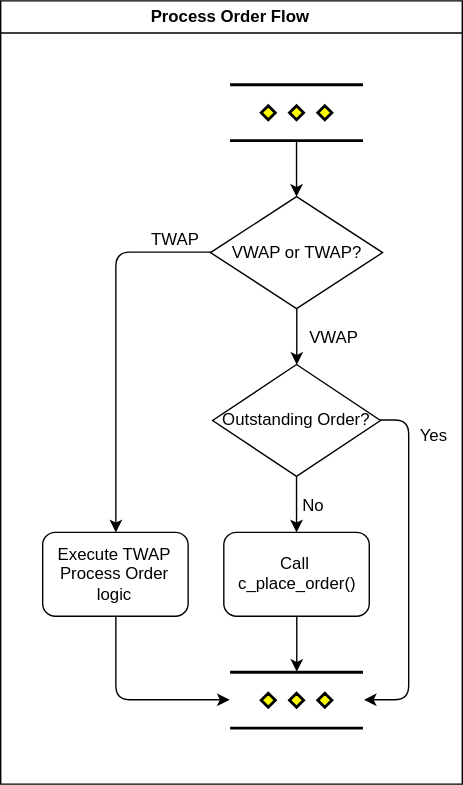
This is documentation/docs/assets/img/VWAP2.svg from hummingbot/hummingbot, a draw.io export, as it was before one commit. Source tidied: cells renumbered, new cells last; positions are measured from the earlier drawing's top-left corner, leaving out a move shared by most shapes. The source it was exported from:
```xml
<mxGraphModel>
  <root>
    <mxCell id="0" />
    <mxCell id="1" parent="0" />
    <mxCell id="2" value="Process Order Flow" style="swimlane;" parent="1" vertex="1">
      <mxGeometry width="330" height="560" as="geometry" />
    </mxCell>
    <mxCell id="3" style="edgeStyle=orthogonalEdgeStyle;rounded=1;jettySize=auto;html=1;" parent="2" edge="1" source="4" target="7">
      <mxGeometry relative="1" as="geometry" />
    </mxCell>
    <mxCell id="4" style="verticalLabelPosition=bottom;verticalAlign=top;html=1;strokeWidth=2;shape=mxgraph.flowchart.parallel_mode;" parent="2" vertex="1">
      <mxGeometry x="164" y="60" width="95" height="40" as="geometry" />
    </mxCell>
    <mxCell id="5" style="edgeStyle=orthogonalEdgeStyle;rounded=1;jettySize=auto;html=1;" parent="2" edge="1" source="7" target="10">
      <mxGeometry relative="1" as="geometry" />
    </mxCell>
    <mxCell id="6" style="edgeStyle=orthogonalEdgeStyle;rounded=1;jettySize=auto;html=1;exitX=0;exitY=0.5;exitDx=0;exitDy=0;" parent="2" edge="1" source="7" target="15">
      <mxGeometry relative="1" as="geometry" />
    </mxCell>
    <mxCell id="7" value="VWAP or TWAP?" style="rhombus;whiteSpace=wrap;html=1;fontFamily=Helvetica;" parent="2" vertex="1">
      <mxGeometry x="150" y="140" width="123" height="80" as="geometry" />
    </mxCell>
    <mxCell id="8" style="edgeStyle=orthogonalEdgeStyle;rounded=1;jettySize=auto;html=1;" parent="2" edge="1" source="10" target="12">
      <mxGeometry relative="1" as="geometry" />
    </mxCell>
    <mxCell id="9" style="edgeStyle=orthogonalEdgeStyle;rounded=1;jettySize=auto;html=1;entryX=1;entryY=0.5;entryDx=0;entryDy=0;entryPerimeter=0;" parent="2" edge="1" source="10" target="18">
      <mxGeometry relative="1" as="geometry">
        <Array as="points">
          <mxPoint x="292" y="300" />
          <mxPoint x="292" y="500" />
        </Array>
      </mxGeometry>
    </mxCell>
    <mxCell id="10" value="Outstanding Order?" style="rhombus;whiteSpace=wrap;html=1;fontFamily=Helvetica;" parent="2" vertex="1">
      <mxGeometry x="151.5" y="260" width="120" height="80" as="geometry" />
    </mxCell>
    <mxCell id="11" style="edgeStyle=orthogonalEdgeStyle;rounded=1;jettySize=auto;html=1;exitX=0.5;exitY=1;exitDx=0;exitDy=0;entryX=0.5;entryY=0;entryDx=0;entryDy=0;entryPerimeter=0;" parent="2" edge="1" source="12" target="18">
      <mxGeometry relative="1" as="geometry" />
    </mxCell>
    <mxCell id="12" value="Call &amp;nbsp;c_place_order()" style="rounded=1;whiteSpace=wrap;html=1;fontFamily=Helvetica;" parent="2" vertex="1">
      <mxGeometry x="159.5" y="380" width="104" height="60" as="geometry" />
    </mxCell>
    <mxCell id="13" value="VWAP" style="text;html=1;align=center;verticalAlign=middle;" parent="2" vertex="1">
      <mxGeometry x="213.5" y="230" width="50" height="20" as="geometry" />
    </mxCell>
    <mxCell id="14" style="edgeStyle=orthogonalEdgeStyle;rounded=1;jettySize=auto;html=1;entryX=0;entryY=0.5;entryDx=0;entryDy=0;entryPerimeter=0;" parent="2" edge="1" source="15" target="18">
      <mxGeometry relative="1" as="geometry">
        <Array as="points">
          <mxPoint x="82" y="500" />
        </Array>
      </mxGeometry>
    </mxCell>
    <mxCell id="15" value="Execute TWAP Process Order logic" style="rounded=1;whiteSpace=wrap;html=1;fontFamily=Helvetica;" parent="2" vertex="1">
      <mxGeometry x="30" y="380" width="104" height="60" as="geometry" />
    </mxCell>
    <mxCell id="16" value="No" style="text;html=1;align=center;verticalAlign=middle;" parent="2" vertex="1">
      <mxGeometry x="208.5" y="350" width="30" height="20" as="geometry" />
    </mxCell>
    <mxCell id="17" value="TWAP" style="text;html=1;align=center;verticalAlign=middle;" parent="2" vertex="1">
      <mxGeometry x="100" y="160" width="50" height="20" as="geometry" />
    </mxCell>
    <mxCell id="18" style="verticalLabelPosition=bottom;verticalAlign=top;html=1;strokeWidth=2;shape=mxgraph.flowchart.parallel_mode;" parent="2" vertex="1">
      <mxGeometry x="164" y="480" width="95" height="40" as="geometry" />
    </mxCell>
    <mxCell id="19" value="Yes" style="text;html=1;align=center;verticalAlign=middle;" parent="2" vertex="1">
      <mxGeometry x="290" y="300" width="40" height="20" as="geometry" />
    </mxCell>
    <mxCell id="20" value="&lt;span style=&quot;color: rgba(0 , 0 , 0 , 0) ; font-family: monospace ; font-size: 0px&quot;&gt;%3CmxGraphModel%3E%3Croot%3E%3CmxCell%20id%3D%220%22%2F%3E%3CmxCell%20id%3D%221%22%20parent%3D%220%22%2F%3E%3CmxCell%20id%3D%222%22%20value%3D%22VWAP%20or%20TWAP%3F%22%20style%3D%22rhombus%3BwhiteSpace%3Dwrap%3Bhtml%3D1%3BfontFamily%3DHelvetica%3B%22%20vertex%3D%221%22%20parent%3D%221%22%3E%3CmxGeometry%20x%3D%2227%22%20y%3D%22130%22%20width%3D%22123%22%20height%3D%2280%22%20as%3D%22geometry%22%2F%3E%3C%2FmxCell%3E%3C%2Froot%3E%3C%2FmxGraphModel%3E&lt;/span&gt;" style="text;html=1;align=center;verticalAlign=middle;" parent="1" vertex="1">
      <mxGeometry x="163.5" y="163" width="20" height="20" as="geometry" />
    </mxCell>
  </root>
</mxGraphModel>
```
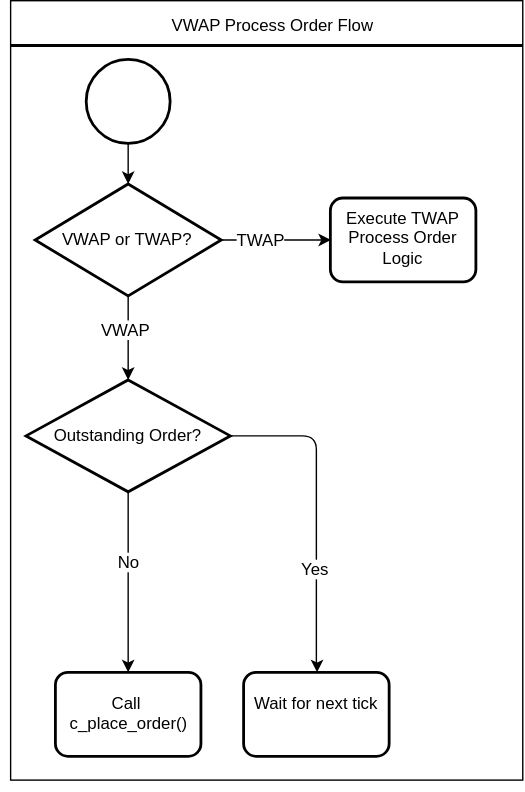
The same diagram one commit later.

Commit message:
format and diagram changes

The edit, as a diff of the source:
```diff
@@ -2,71 +2,77 @@
   <root>
     <mxCell id="0" />
     <mxCell id="1" parent="0" />
-    <mxCell id="2" value="Process Order Flow" style="swimlane;" parent="1" vertex="1">
-      <mxGeometry width="330" height="560" as="geometry" />
-    </mxCell>
-    <mxCell id="3" style="edgeStyle=orthogonalEdgeStyle;rounded=1;jettySize=auto;html=1;" parent="2" edge="1" source="4" target="7">
-      <mxGeometry relative="1" as="geometry" />
-    </mxCell>
-    <mxCell id="4" style="verticalLabelPosition=bottom;verticalAlign=top;html=1;strokeWidth=2;shape=mxgraph.flowchart.parallel_mode;" parent="2" vertex="1">
-      <mxGeometry x="164" y="60" width="95" height="40" as="geometry" />
-    </mxCell>
+    <mxCell id="21" style="edgeStyle=elbowEdgeStyle;rounded=0;jettySize=auto;html=1;exitX=0;exitY=0.5;exitDx=0;exitDy=0;" parent="1" edge="1" source="22">
+      <mxGeometry relative="1" as="geometry">
+        <mxPoint x="-210" y="229" as="targetPoint" />
+      </mxGeometry>
+    </mxCell>
+    <mxCell id="22" style="rounded=0;whiteSpace=wrap;html=1;fontFamily=Helvetica;fontStyle=0;" parent="1" vertex="1">
+      <mxGeometry x="-224" y="-50" width="366" height="557" as="geometry" />
+    </mxCell>
+    <mxCell id="23" style="line;strokeWidth=2;html=1;fontFamily=Helvetica;" parent="1" vertex="1">
+      <mxGeometry x="-224" y="-23" width="366" height="10" as="geometry" />
+    </mxCell>
+    <mxCell id="24" value="VWAP Process Order Flow" style="text;html=1;strokeColor=none;fillColor=none;align=center;verticalAlign=middle;whiteSpace=wrap;rounded=0;fontFamily=Helvetica;" parent="1" vertex="1">
+      <mxGeometry x="-120.5" y="-43" width="167" height="20" as="geometry" />
+    </mxCell>
+    <mxCell id="25" style="edgeStyle=elbowEdgeStyle;rounded=0;jettySize=auto;html=1;exitX=1;exitY=0.5;exitDx=0;exitDy=0;entryX=0;entryY=0.5;entryDx=0;entryDy=0;elbow=vertical;" parent="1" edge="1" source="7" target="28">
+      <mxGeometry relative="1" as="geometry" />
+    </mxCell>
+    <mxCell id="17" value="TWAP" style="text;html=1;align=center;verticalAlign=middle;labelBackgroundColor=#ffffff;" parent="25" vertex="1">
+      <mxGeometry x="0.3" y="1" relative="1" as="geometry">
+        <mxPoint x="-21" y="1" as="offset" />
+      </mxGeometry>
+    </mxCell>
+    <mxCell id="7" value="VWAP or TWAP?" style="rhombus;whiteSpace=wrap;html=1;fontFamily=Helvetica;strokeWidth=2;" parent="1" vertex="1">
+      <mxGeometry x="-206.5" y="81" width="133" height="80" as="geometry" />
+    </mxCell>
+    <mxCell id="26" style="endArrow=classic;html=1;fontFamily=Helvetica;entryX=0.5;entryY=0;entryDx=0;entryDy=0;exitX=0.5;exitY=1;exitDx=0;exitDy=0;" parent="1" edge="1" source="27" target="7">
+      <mxGeometry relative="1" as="geometry" />
+    </mxCell>
+    <mxCell id="10" value="Outstanding Order?" style="rhombus;whiteSpace=wrap;html=1;fontFamily=Helvetica;strokeWidth=2;" parent="1" vertex="1">
+      <mxGeometry x="-213" y="221" width="146" height="80" as="geometry" />
+    </mxCell>
-    <mxCell id="5" style="edgeStyle=orthogonalEdgeStyle;rounded=1;jettySize=auto;html=1;" parent="2" edge="1" source="7" target="10">
+    <mxCell id="5" style="edgeStyle=segmentEdgeStyle;endArrow=classic;html=1;fontFamily=Helvetica;exitX=0.5;exitY=1;exitDx=0;exitDy=0;entryX=0.5;entryY=0;entryDx=0;entryDy=0;" parent="1" edge="1" source="7" target="10">
       <mxGeometry relative="1" as="geometry" />
     </mxCell>
-    <mxCell id="6" style="edgeStyle=orthogonalEdgeStyle;rounded=1;jettySize=auto;html=1;exitX=0;exitY=0.5;exitDx=0;exitDy=0;" parent="2" edge="1" source="7" target="15">
-      <mxGeometry relative="1" as="geometry" />
-    </mxCell>
-    <mxCell id="7" value="VWAP or TWAP?" style="rhombus;whiteSpace=wrap;html=1;fontFamily=Helvetica;" parent="2" vertex="1">
-      <mxGeometry x="150" y="140" width="123" height="80" as="geometry" />
-    </mxCell>
+    <mxCell id="13" value="VWAP" style="text;html=1;align=center;verticalAlign=middle;labelBackgroundColor=#ffffff;fontFamily=Helvetica;" parent="5" vertex="1">
+      <mxGeometry x="-0.21" relative="1" as="geometry" />
+    </mxCell>
-    <mxCell id="8" style="edgeStyle=orthogonalEdgeStyle;rounded=1;jettySize=auto;html=1;" parent="2" edge="1" source="10" target="12">
+    <mxCell id="8" style="endArrow=classic;html=1;fontFamily=Helvetica;exitX=0.5;exitY=1;exitDx=0;exitDy=0;entryX=0.5;entryY=0;entryDx=0;entryDy=0;" parent="1" edge="1" source="10" target="12">
       <mxGeometry relative="1" as="geometry" />
     </mxCell>
-    <mxCell id="9" style="edgeStyle=orthogonalEdgeStyle;rounded=1;jettySize=auto;html=1;entryX=1;entryY=0.5;entryDx=0;entryDy=0;entryPerimeter=0;" parent="2" edge="1" source="10" target="18">
-      <mxGeometry relative="1" as="geometry">
-        <Array as="points">
-          <mxPoint x="292" y="300" />
-          <mxPoint x="292" y="500" />
-        </Array>
-      </mxGeometry>
-    </mxCell>
-    <mxCell id="10" value="Outstanding Order?" style="rhombus;whiteSpace=wrap;html=1;fontFamily=Helvetica;" parent="2" vertex="1">
-      <mxGeometry x="151.5" y="260" width="120" height="80" as="geometry" />
-    </mxCell>
-    <mxCell id="11" style="edgeStyle=orthogonalEdgeStyle;rounded=1;jettySize=auto;html=1;exitX=0.5;exitY=1;exitDx=0;exitDy=0;entryX=0.5;entryY=0;entryDx=0;entryDy=0;entryPerimeter=0;" parent="2" edge="1" source="12" target="18">
-      <mxGeometry relative="1" as="geometry" />
-    </mxCell>
+    <mxCell id="16" value="No" style="text;html=1;align=center;verticalAlign=middle;labelBackgroundColor=#ffffff;fontFamily=Helvetica;" parent="8" vertex="1">
+      <mxGeometry x="-0.23" y="1" relative="1" as="geometry" />
+    </mxCell>
-    <mxCell id="12" value="Call &amp;nbsp;c_place_order()" style="rounded=1;whiteSpace=wrap;html=1;fontFamily=Helvetica;" parent="2" vertex="1">
-      <mxGeometry x="159.5" y="380" width="104" height="60" as="geometry" />
+    <mxCell id="12" value="Call &amp;nbsp;c_place_order()" style="rounded=1;whiteSpace=wrap;html=1;fontFamily=Helvetica;strokeWidth=2;" parent="1" vertex="1">
+      <mxGeometry x="-192" y="430" width="104" height="60" as="geometry" />
     </mxCell>
-    <mxCell id="13" value="VWAP" style="text;html=1;align=center;verticalAlign=middle;" parent="2" vertex="1">
-      <mxGeometry x="213.5" y="230" width="50" height="20" as="geometry" />
-    </mxCell>
-    <mxCell id="14" style="edgeStyle=orthogonalEdgeStyle;rounded=1;jettySize=auto;html=1;entryX=0;entryY=0.5;entryDx=0;entryDy=0;entryPerimeter=0;" parent="2" edge="1" source="15" target="18">
-      <mxGeometry relative="1" as="geometry">
-        <Array as="points">
-          <mxPoint x="82" y="500" />
-        </Array>
-      </mxGeometry>
-    </mxCell>
-    <mxCell id="15" value="Execute TWAP Process Order logic" style="rounded=1;whiteSpace=wrap;html=1;fontFamily=Helvetica;" parent="2" vertex="1">
-      <mxGeometry x="30" y="380" width="104" height="60" as="geometry" />
-    </mxCell>
-    <mxCell id="16" value="No" style="text;html=1;align=center;verticalAlign=middle;" parent="2" vertex="1">
-      <mxGeometry x="208.5" y="350" width="30" height="20" as="geometry" />
-    </mxCell>
-    <mxCell id="17" value="TWAP" style="text;html=1;align=center;verticalAlign=middle;" parent="2" vertex="1">
-      <mxGeometry x="100" y="160" width="50" height="20" as="geometry" />
-    </mxCell>
-    <mxCell id="18" style="verticalLabelPosition=bottom;verticalAlign=top;html=1;strokeWidth=2;shape=mxgraph.flowchart.parallel_mode;" parent="2" vertex="1">
-      <mxGeometry x="164" y="480" width="95" height="40" as="geometry" />
-    </mxCell>
+    <mxCell id="27" style="ellipse;whiteSpace=wrap;html=1;strokeWidth=2;rotation=0;" parent="1" vertex="1">
+      <mxGeometry x="-170" y="-8" width="60" height="60" as="geometry" />
+    </mxCell>
+    <mxCell id="28" value="Execute TWAP Process Order Logic" style="rounded=1;whiteSpace=wrap;html=1;fontFamily=Helvetica;strokeWidth=2;" parent="1" vertex="1">
+      <mxGeometry x="4.5" y="91" width="104" height="60" as="geometry" />
+    </mxCell>
+    <mxCell id="29" value="Wait for next tick" style="rounded=1;whiteSpace=wrap;html=1;fontFamily=Helvetica;strokeWidth=2;align=center;" parent="1" vertex="1">
+      <mxGeometry x="-57.5" y="430" width="104" height="60" as="geometry" />
+    </mxCell>
+    <mxCell id="30" style="edgeStyle=elbowEdgeStyle;elbow=horizontal;endArrow=classic;html=1;fontFamily=Helvetica;exitX=1;exitY=0.5;exitDx=0;exitDy=0;exitPerimeter=0;" parent="1" edge="1" source="10">
+      <mxGeometry relative="1" as="geometry">
+        <mxPoint x="-5" y="430" as="targetPoint" />
+        <Array as="points">
+          <mxPoint x="-5.5" y="289" />
+          <mxPoint x="24.5" y="369" />
+        </Array>
+      </mxGeometry>
+    </mxCell>
-    <mxCell id="19" value="Yes" style="text;html=1;align=center;verticalAlign=middle;" parent="2" vertex="1">
-      <mxGeometry x="290" y="300" width="40" height="20" as="geometry" />
+    <mxCell id="19" value="Yes" style="text;html=1;align=center;verticalAlign=middle;labelBackgroundColor=#ffffff;" parent="30" vertex="1">
+      <mxGeometry x="-0.43" y="-59" relative="1" as="geometry">
+        <mxPoint x="59" y="90" as="offset" />
+      </mxGeometry>
     </mxCell>
-    <mxCell id="20" value="&lt;span style=&quot;color: rgba(0 , 0 , 0 , 0) ; font-family: monospace ; font-size: 0px&quot;&gt;%3CmxGraphModel%3E%3Croot%3E%3CmxCell%20id%3D%220%22%2F%3E%3CmxCell%20id%3D%221%22%20parent%3D%220%22%2F%3E%3CmxCell%20id%3D%222%22%20value%3D%22VWAP%20or%20TWAP%3F%22%20style%3D%22rhombus%3BwhiteSpace%3Dwrap%3Bhtml%3D1%3BfontFamily%3DHelvetica%3B%22%20vertex%3D%221%22%20parent%3D%221%22%3E%3CmxGeometry%20x%3D%2227%22%20y%3D%22130%22%20width%3D%22123%22%20height%3D%2280%22%20as%3D%22geometry%22%2F%3E%3C%2FmxCell%3E%3C%2Froot%3E%3C%2FmxGraphModel%3E&lt;/span&gt;" style="text;html=1;align=center;verticalAlign=middle;" parent="1" vertex="1">
-      <mxGeometry x="163.5" y="163" width="20" height="20" as="geometry" />
-    </mxCell>
+    <mxCell id="31" style="edgeStyle=elbowEdgeStyle;rounded=0;orthogonalLoop=1;jettySize=auto;html=1;exitX=0.5;exitY=1;exitDx=0;exitDy=0;" parent="1" edge="1" source="22" target="22">
+      <mxGeometry relative="1" as="geometry" />
+    </mxCell>
   </root>
 </mxGraphModel>
```
